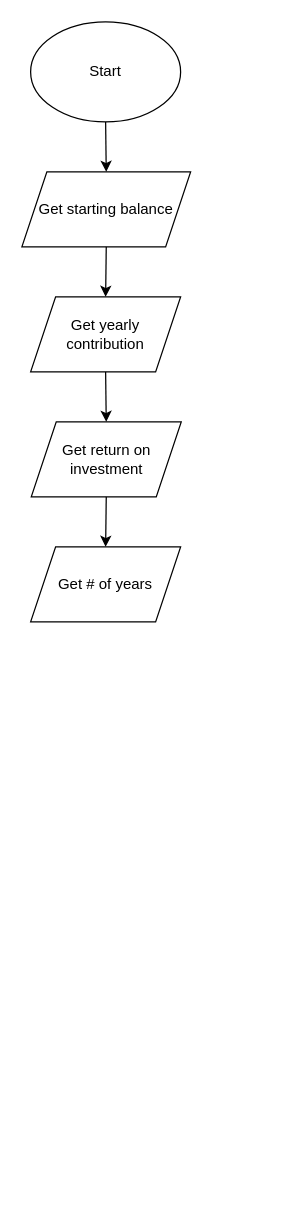
WilsonTalentCenter/advpseudoflow-hh8000 keeps this draw.io diagram as AdvSudoKod.drawio. Above is the earlier version. Source tidied: cells renumbered, new cells numbered last; positions are measured from the earlier drawing's top-left corner, leaving out a move shared by most shapes. Both pictures are drawn from the tidied source at 125%, with x=0, y=0 at pixel (21, 21).
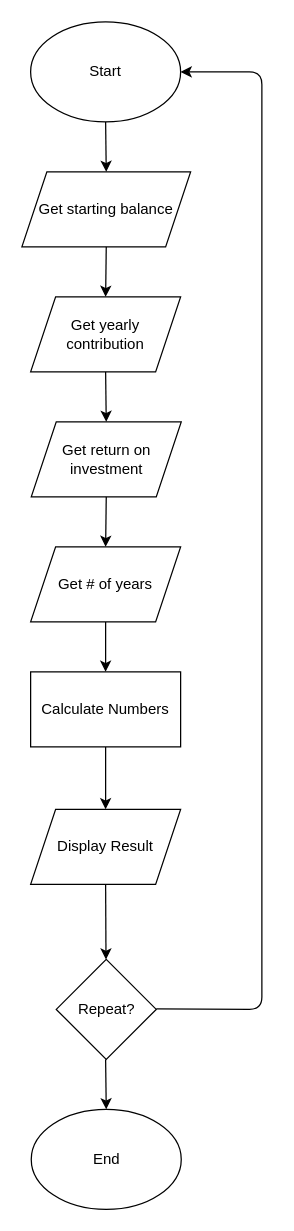
Above is the later version.

The change refers to these unchanged cells:
```xml
<mxCell id="2" value="Start" style="ellipse;whiteSpace=wrap;html=1;" parent="1" vertex="1">
  <mxGeometry x="7" width="120" height="80" as="geometry" />
</mxCell>
<mxCell id="8" value="Get # of years" style="shape=parallelogram;perimeter=parallelogramPerimeter;whiteSpace=wrap;html=1;fixedSize=1;" parent="1" vertex="1">
  <mxGeometry x="7" y="420" width="120" height="60" as="geometry" />
</mxCell>
```

The edit, as a diff of the source:
```diff
@@
+    <mxCell id="11" style="endArrow=classic;html=1;exitX=0.5;exitY=1;exitDx=0;exitDy=0;" parent="1" edge="1" source="8">
+      <mxGeometry relative="1" as="geometry">
+        <mxPoint x="67" y="520" as="targetPoint" />
+      </mxGeometry>
+    </mxCell>
+    <mxCell id="12" value="Calculate Numbers" style="rounded=0;whiteSpace=wrap;html=1;" parent="1" vertex="1">
+      <mxGeometry x="7" y="520" width="120" height="60" as="geometry" />
+    </mxCell>
+    <mxCell id="13" style="endArrow=classic;html=1;exitX=0.5;exitY=1;exitDx=0;exitDy=0;" parent="1" edge="1" source="12">
+      <mxGeometry relative="1" as="geometry">
+        <mxPoint x="67" y="630" as="targetPoint" />
+      </mxGeometry>
+    </mxCell>
+    <mxCell id="14" value="Display Result" style="shape=parallelogram;perimeter=parallelogramPerimeter;whiteSpace=wrap;html=1;fixedSize=1;" parent="1" vertex="1">
+      <mxGeometry x="7" y="630" width="120" height="60" as="geometry" />
+    </mxCell>
+    <mxCell id="15" value="Repeat?" style="rhombus;whiteSpace=wrap;html=1;" parent="1" vertex="1">
+      <mxGeometry x="27.5" y="750" width="80" height="80" as="geometry" />
+    </mxCell>
+    <mxCell id="16" style="endArrow=classic;html=1;exitX=0.5;exitY=1;exitDx=0;exitDy=0;" parent="1" edge="1" source="14" target="15">
+      <mxGeometry relative="1" as="geometry" />
+    </mxCell>
+    <mxCell id="17" style="endArrow=classic;html=1;" parent="1" edge="1" target="18">
+      <mxGeometry relative="1" as="geometry">
+        <mxPoint x="67" y="830" as="sourcePoint" />
+      </mxGeometry>
+    </mxCell>
+    <mxCell id="18" value="End" style="ellipse;whiteSpace=wrap;html=1;" parent="1" vertex="1">
+      <mxGeometry x="7.5" y="870" width="120" height="80" as="geometry" />
+    </mxCell>
+    <mxCell id="19" style="endArrow=classic;html=1;entryX=1;entryY=0.5;entryDx=0;entryDy=0;" parent="1" edge="1" target="2">
+      <mxGeometry relative="1" as="geometry">
+        <mxPoint x="107.5" y="789.5" as="sourcePoint" />
+        <Array as="points">
+          <mxPoint x="192" y="790" />
+          <mxPoint x="192" y="40" />
+        </Array>
+      </mxGeometry>
+    </mxCell>
```
